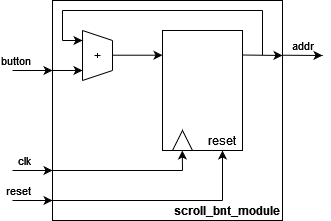
The draw.io diagram project_1/project-1.diagram/scroll_bnt_module-inside.drawio.png in gianath03/digital-circuit-lab, before a commit. Source tidied: cells renumbered, new cells last; positions are measured from the earlier drawing's top-left corner, leaving out a move shared by most shapes. The source it was exported from:
```xml
<mxGraphModel>
  <root>
    <mxCell id="0" />
    <mxCell id="1" parent="0" />
    <mxCell id="2" style="rounded=0;whiteSpace=wrap;html=1;fontColor=default;fillColor=none;fontStyle=0;" parent="1" vertex="1">
      <mxGeometry x="40" width="230" height="220" as="geometry" />
    </mxCell>
    <mxCell id="3" value="clk" style="endArrow=classic;html=1;rounded=0;labelPosition=left;verticalLabelPosition=top;align=right;verticalAlign=bottom;labelBackgroundColor=none;fontStyle=0;" parent="1" edge="1">
      <mxGeometry relative="1" as="geometry">
        <mxPoint y="170" as="sourcePoint" />
        <mxPoint x="40" y="170" as="targetPoint" />
      </mxGeometry>
    </mxCell>
    <mxCell id="4" value="button" style="endArrow=classic;html=1;rounded=0;labelPosition=left;verticalLabelPosition=top;align=right;verticalAlign=bottom;labelBackgroundColor=none;fontStyle=0;" parent="1" edge="1">
      <mxGeometry relative="1" as="geometry">
        <mxPoint y="70" as="sourcePoint" />
        <mxPoint x="40" y="70" as="targetPoint" />
      </mxGeometry>
    </mxCell>
    <mxCell id="5" style="endArrow=classic;html=1;rounded=0;labelPosition=center;verticalLabelPosition=top;align=center;verticalAlign=bottom;labelBackgroundColor=none;fontStyle=0;" parent="1" edge="1">
      <mxGeometry relative="1" as="geometry">
        <mxPoint x="230" y="54.5" as="sourcePoint" />
        <mxPoint x="270" y="55" as="targetPoint" />
      </mxGeometry>
    </mxCell>
    <mxCell id="6" value="reset" style="endArrow=classic;html=1;rounded=0;labelPosition=left;verticalLabelPosition=top;align=right;verticalAlign=bottom;labelBackgroundColor=none;fontStyle=0;" parent="1" edge="1">
      <mxGeometry relative="1" as="geometry">
        <mxPoint y="200" as="sourcePoint" />
        <mxPoint x="40" y="200" as="targetPoint" />
      </mxGeometry>
    </mxCell>
    <mxCell id="7" value="&lt;b&gt;&lt;span&gt;scroll_bnt_module&lt;/span&gt;&lt;br&gt;&lt;/b&gt;" style="text;html=1;strokeColor=none;fillColor=none;align=center;verticalAlign=middle;whiteSpace=wrap;rounded=0;" parent="1" vertex="1">
      <mxGeometry x="160" y="200" width="110" height="20" as="geometry" />
    </mxCell>
    <mxCell id="8" style="rounded=0;whiteSpace=wrap;html=1;fillColor=none;fontStyle=0;" parent="1" vertex="1">
      <mxGeometry x="150" y="30" width="80" height="120" as="geometry" />
    </mxCell>
    <mxCell id="9" style="triangle;whiteSpace=wrap;html=1;rotation=-90;fontStyle=0;" parent="1" vertex="1">
      <mxGeometry x="160" y="130" width="20" height="20" as="geometry" />
    </mxCell>
    <mxCell id="10" value="reset" style="text;html=1;strokeColor=none;fillColor=none;align=center;verticalAlign=middle;whiteSpace=wrap;rounded=0;fontStyle=0;" parent="1" vertex="1">
      <mxGeometry x="180" y="125" width="60" height="30" as="geometry" />
    </mxCell>
    <mxCell id="11" style="endArrow=classic;html=1;rounded=0;fontStyle=0;" parent="1" edge="1">
      <mxGeometry relative="1" as="geometry">
        <mxPoint x="170" y="170" as="sourcePoint" />
        <mxPoint x="169.8" y="150" as="targetPoint" />
      </mxGeometry>
    </mxCell>
    <mxCell id="12" style="endArrow=classic;html=1;rounded=0;fontStyle=0;" parent="1" edge="1">
      <mxGeometry relative="1" as="geometry">
        <mxPoint x="210" y="200" as="sourcePoint" />
        <mxPoint x="210" y="150" as="targetPoint" />
      </mxGeometry>
    </mxCell>
    <mxCell id="13" style="endArrow=none;html=1;rounded=0;fontStyle=0;" parent="1" edge="1">
      <mxGeometry relative="1" as="geometry">
        <mxPoint x="70" y="80" as="sourcePoint" />
        <mxPoint x="70" y="30" as="targetPoint" />
      </mxGeometry>
    </mxCell>
    <mxCell id="14" style="endArrow=none;html=1;rounded=0;fontStyle=0;" parent="1" edge="1">
      <mxGeometry relative="1" as="geometry">
        <mxPoint x="100" y="70" as="sourcePoint" />
        <mxPoint x="100" y="40" as="targetPoint" />
      </mxGeometry>
    </mxCell>
    <mxCell id="15" style="endArrow=none;html=1;rounded=0;fontStyle=0;" parent="1" edge="1">
      <mxGeometry relative="1" as="geometry">
        <mxPoint x="70" y="80" as="sourcePoint" />
        <mxPoint x="100" y="70" as="targetPoint" />
      </mxGeometry>
    </mxCell>
    <mxCell id="16" style="endArrow=none;html=1;rounded=0;fontStyle=0;" parent="1" edge="1">
      <mxGeometry relative="1" as="geometry">
        <mxPoint x="70" y="30" as="sourcePoint" />
        <mxPoint x="100" y="40" as="targetPoint" />
      </mxGeometry>
    </mxCell>
    <mxCell id="17" value="&lt;div&gt;+&lt;/div&gt;" style="text;html=1;align=center;verticalAlign=middle;strokeColor=none;fillColor=none;fontStyle=0;" parent="1" vertex="1">
      <mxGeometry x="70" y="40" width="30" height="30" as="geometry" />
    </mxCell>
    <mxCell id="18" style="endArrow=classic;html=1;rounded=0;" parent="1" edge="1">
      <mxGeometry relative="1" as="geometry">
        <mxPoint x="100" y="54.7" as="sourcePoint" />
        <mxPoint x="150" y="54.7" as="targetPoint" />
      </mxGeometry>
    </mxCell>
    <mxCell id="19" style="endArrow=classic;html=1;rounded=0;" parent="1" edge="1">
      <mxGeometry relative="1" as="geometry">
        <mxPoint x="40" y="70" as="sourcePoint" />
        <mxPoint x="70" y="70" as="targetPoint" />
      </mxGeometry>
    </mxCell>
    <mxCell id="20" style="endArrow=none;html=1;rounded=0;" parent="1" edge="1">
      <mxGeometry relative="1" as="geometry">
        <mxPoint x="40" y="170" as="sourcePoint" />
        <mxPoint x="170" y="170" as="targetPoint" />
      </mxGeometry>
    </mxCell>
    <mxCell id="21" style="endArrow=none;html=1;rounded=0;" parent="1" edge="1">
      <mxGeometry relative="1" as="geometry">
        <mxPoint x="40" y="200" as="sourcePoint" />
        <mxPoint x="210" y="200" as="targetPoint" />
      </mxGeometry>
    </mxCell>
    <mxCell id="22" value="addr" style="endArrow=classic;html=1;rounded=0;labelPosition=center;verticalLabelPosition=top;align=center;verticalAlign=bottom;labelBackgroundColor=none;fontStyle=0;" parent="1" edge="1">
      <mxGeometry relative="1" as="geometry">
        <mxPoint x="270" y="54.7" as="sourcePoint" />
        <mxPoint x="310" y="55" as="targetPoint" />
      </mxGeometry>
    </mxCell>
    <mxCell id="23" style="endArrow=none;html=1;rounded=0;" parent="1" edge="1">
      <mxGeometry relative="1" as="geometry">
        <mxPoint x="250" y="54.7" as="sourcePoint" />
        <mxPoint x="250" y="10" as="targetPoint" />
      </mxGeometry>
    </mxCell>
    <mxCell id="24" style="endArrow=none;html=1;rounded=0;" parent="1" edge="1">
      <mxGeometry relative="1" as="geometry">
        <mxPoint x="50" y="10" as="sourcePoint" />
        <mxPoint x="250" y="10" as="targetPoint" />
      </mxGeometry>
    </mxCell>
    <mxCell id="25" style="endArrow=classic;html=1;rounded=0;" parent="1" edge="1">
      <mxGeometry relative="1" as="geometry">
        <mxPoint x="50" y="40" as="sourcePoint" />
        <mxPoint x="70" y="40" as="targetPoint" />
      </mxGeometry>
    </mxCell>
    <mxCell id="26" style="endArrow=none;html=1;rounded=0;" parent="1" edge="1">
      <mxGeometry relative="1" as="geometry">
        <mxPoint x="50" y="40" as="sourcePoint" />
        <mxPoint x="50" y="10" as="targetPoint" />
      </mxGeometry>
    </mxCell>
  </root>
</mxGraphModel>
```
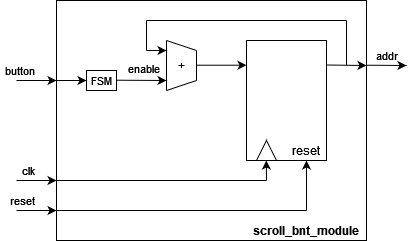
Later version of the same file.

What changed in the source:
```diff
@@ -3,18 +3,18 @@
     <mxCell id="0" />
     <mxCell id="1" parent="0" />
     <mxCell id="2" style="rounded=0;whiteSpace=wrap;html=1;fontColor=default;fillColor=none;fontStyle=0;" parent="1" vertex="1">
-      <mxGeometry x="40" width="230" height="220" as="geometry" />
+      <mxGeometry x="-40" y="-10" width="310" height="240" as="geometry" />
     </mxCell>
     <mxCell id="3" value="clk" style="endArrow=classic;html=1;rounded=0;labelPosition=left;verticalLabelPosition=top;align=right;verticalAlign=bottom;labelBackgroundColor=none;fontStyle=0;" parent="1" edge="1">
       <mxGeometry relative="1" as="geometry">
-        <mxPoint y="170" as="sourcePoint" />
-        <mxPoint x="40" y="170" as="targetPoint" />
+        <mxPoint x="-80" y="170" as="sourcePoint" />
+        <mxPoint x="-40" y="170" as="targetPoint" />
       </mxGeometry>
     </mxCell>
     <mxCell id="4" value="button" style="endArrow=classic;html=1;rounded=0;labelPosition=left;verticalLabelPosition=top;align=right;verticalAlign=bottom;labelBackgroundColor=none;fontStyle=0;" parent="1" edge="1">
       <mxGeometry relative="1" as="geometry">
-        <mxPoint y="70" as="sourcePoint" />
-        <mxPoint x="40" y="70" as="targetPoint" />
+        <mxPoint x="-80" y="70" as="sourcePoint" />
+        <mxPoint x="-40" y="70" as="targetPoint" />
       </mxGeometry>
     </mxCell>
     <mxCell id="5" style="endArrow=classic;html=1;rounded=0;labelPosition=center;verticalLabelPosition=top;align=center;verticalAlign=bottom;labelBackgroundColor=none;fontStyle=0;" parent="1" edge="1">
@@ -25,12 +25,12 @@
     </mxCell>
     <mxCell id="6" value="reset" style="endArrow=classic;html=1;rounded=0;labelPosition=left;verticalLabelPosition=top;align=right;verticalAlign=bottom;labelBackgroundColor=none;fontStyle=0;" parent="1" edge="1">
       <mxGeometry relative="1" as="geometry">
-        <mxPoint y="200" as="sourcePoint" />
-        <mxPoint x="40" y="200" as="targetPoint" />
+        <mxPoint x="-80" y="200" as="sourcePoint" />
+        <mxPoint x="-40" y="200" as="targetPoint" />
       </mxGeometry>
     </mxCell>
     <mxCell id="7" value="&lt;b&gt;&lt;span&gt;scroll_bnt_module&lt;/span&gt;&lt;br&gt;&lt;/b&gt;" style="text;html=1;strokeColor=none;fillColor=none;align=center;verticalAlign=middle;whiteSpace=wrap;rounded=0;" parent="1" vertex="1">
-      <mxGeometry x="160" y="200" width="110" height="20" as="geometry" />
+      <mxGeometry x="155" y="210" width="110" height="20" as="geometry" />
     </mxCell>
     <mxCell id="8" style="rounded=0;whiteSpace=wrap;html=1;fillColor=none;fontStyle=0;" parent="1" vertex="1">
       <mxGeometry x="150" y="30" width="80" height="120" as="geometry" />
@@ -88,19 +88,19 @@
     </mxCell>
     <mxCell id="19" style="endArrow=classic;html=1;rounded=0;" parent="1" edge="1">
       <mxGeometry relative="1" as="geometry">
-        <mxPoint x="40" y="70" as="sourcePoint" />
-        <mxPoint x="70" y="70" as="targetPoint" />
+        <mxPoint x="-40" y="70" as="sourcePoint" />
+        <mxPoint x="-10" y="70" as="targetPoint" />
       </mxGeometry>
     </mxCell>
     <mxCell id="20" style="endArrow=none;html=1;rounded=0;" parent="1" edge="1">
       <mxGeometry relative="1" as="geometry">
-        <mxPoint x="40" y="170" as="sourcePoint" />
+        <mxPoint x="-40" y="170" as="sourcePoint" />
         <mxPoint x="170" y="170" as="targetPoint" />
       </mxGeometry>
     </mxCell>
     <mxCell id="21" style="endArrow=none;html=1;rounded=0;" parent="1" edge="1">
       <mxGeometry relative="1" as="geometry">
-        <mxPoint x="40" y="200" as="sourcePoint" />
+        <mxPoint x="-40" y="200" as="sourcePoint" />
         <mxPoint x="210" y="200" as="targetPoint" />
       </mxGeometry>
     </mxCell>
@@ -134,5 +134,17 @@
         <mxPoint x="50" y="10" as="targetPoint" />
       </mxGeometry>
     </mxCell>
+    <mxCell id="27" value="&lt;font style=&quot;font-size: 11px;&quot;&gt;FSM&lt;/font&gt;" style="rounded=0;whiteSpace=wrap;html=1;fillColor=none;" parent="1" vertex="1">
+      <mxGeometry x="-10" y="60" width="30" height="20" as="geometry" />
+    </mxCell>
+    <mxCell id="28" style="endArrow=classic;html=1;rounded=0;" parent="1" edge="1">
+      <mxGeometry relative="1" as="geometry">
+        <mxPoint x="20" y="69.7" as="sourcePoint" />
+        <mxPoint x="70" y="70" as="targetPoint" />
+      </mxGeometry>
+    </mxCell>
+    <mxCell id="29" value="enable" style="edgeLabel;html=1;align=left;verticalAlign=bottom;labelBackgroundColor=none;labelPosition=right;verticalLabelPosition=top;" parent="28" vertex="1">
+      <mxGeometry x="-0.58" y="2" relative="1" as="geometry" />
+    </mxCell>
   </root>
 </mxGraphModel>
```
